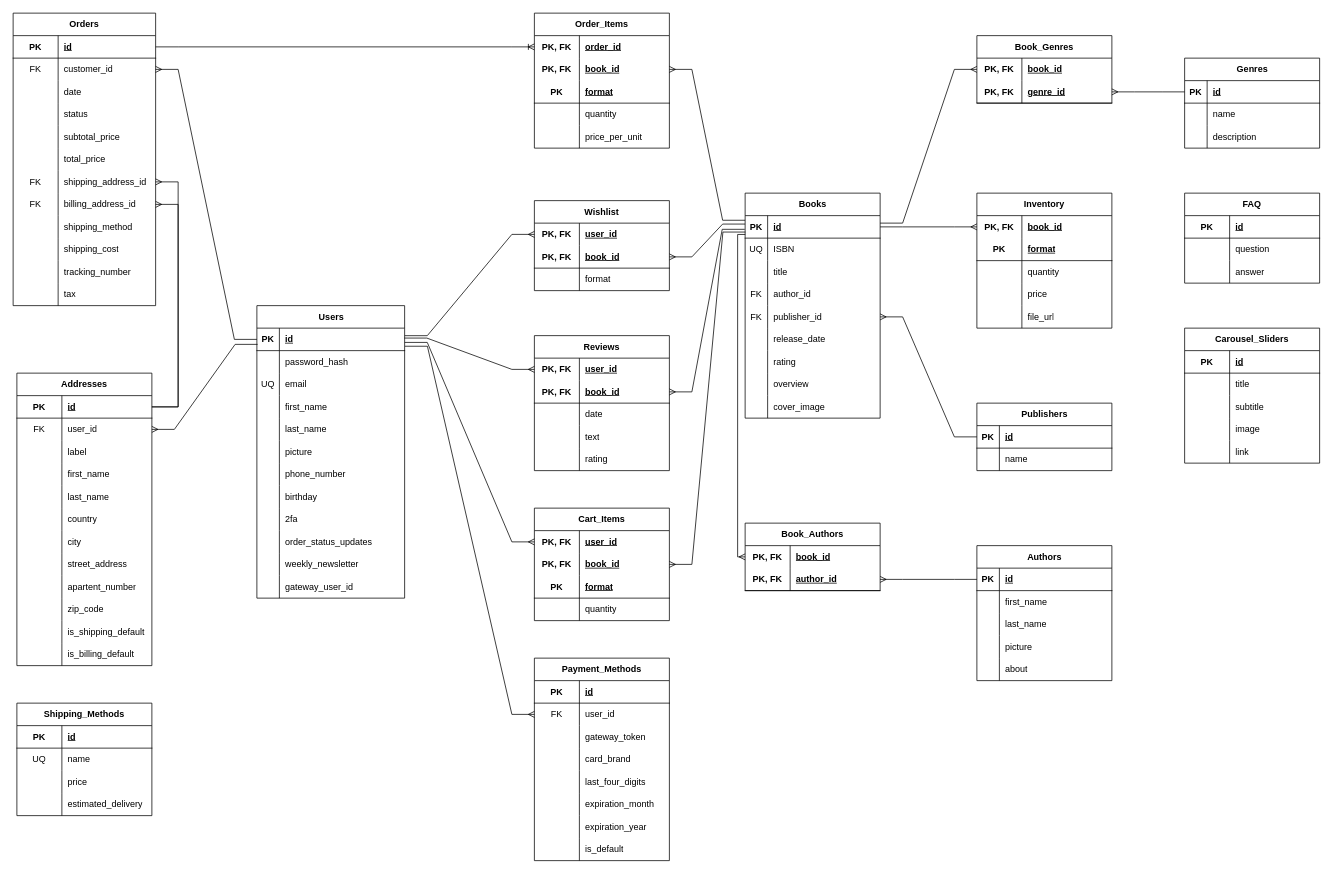
The draw.io diagram ERD.drawio in ShayTam/Bookstore, before the edit. Source tidied: cells renumbered, new cells numbered last; positions are measured from the earlier drawing's top-left corner, leaving out a move shared by most shapes. Both pictures are drawn from the tidied source at 75%, with x=0, y=0 at pixel (13, 13).
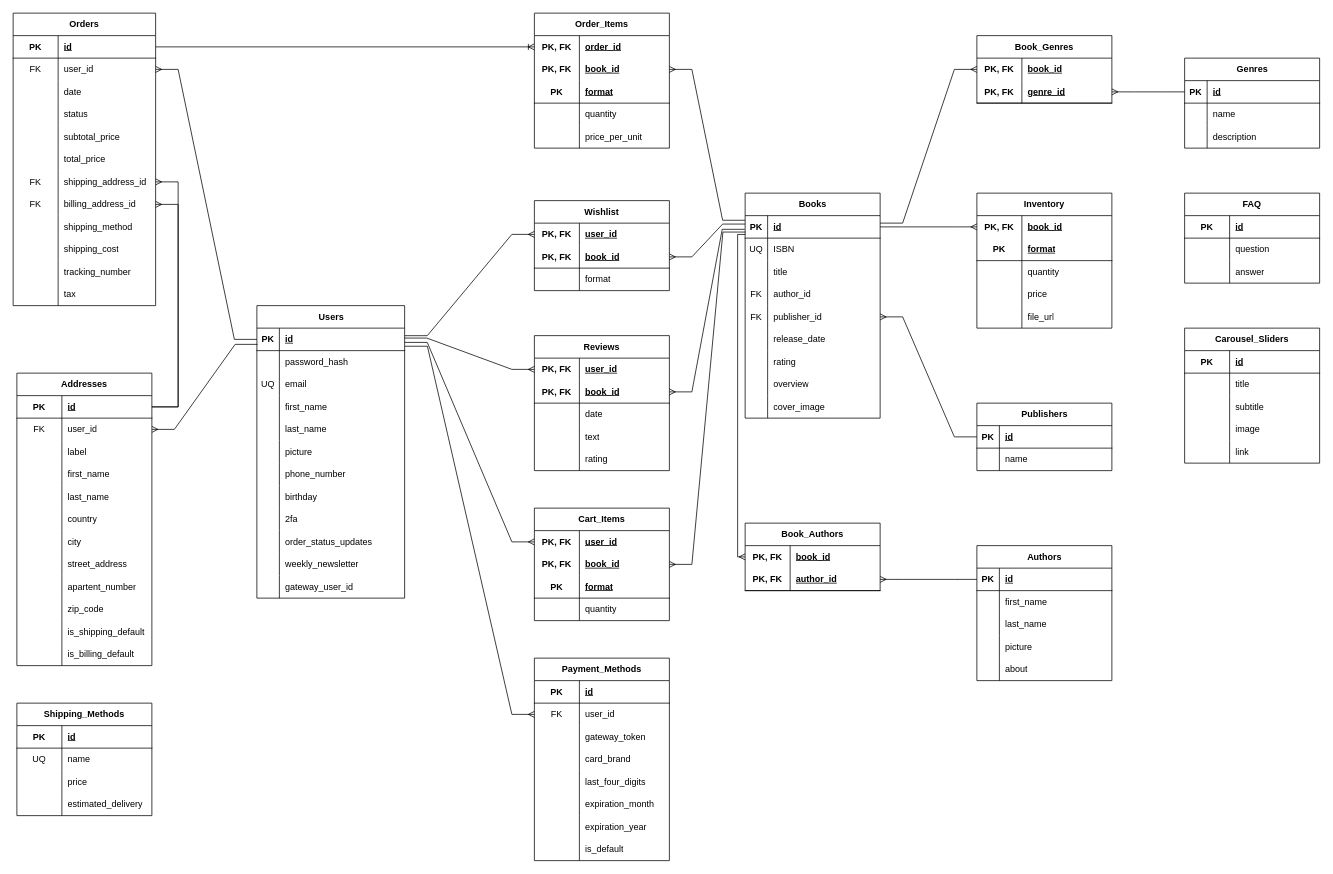
The same diagram, later.

Commit message:
updated user_id field name

The change refers to these unchanged cells:
```xml
<mxCell id="126" style="shape=tableRow;horizontal=0;startSize=0;swimlaneHead=0;swimlaneBody=0;fillColor=none;points=[[0,0.5],[1,0.5]];portConstraint=eastwest;top=0;left=0;right=0;bottom=0;html=1;" parent="122" vertex="1">
  <mxGeometry y="60" width="190" height="30" as="geometry" />
</mxCell>
```

The edit, as a diff of the source:
```diff
@@
-    <mxCell id="128" value="customer_id" style="shape=partialRectangle;fillColor=none;top=0;left=0;bottom=0;right=0;align=left;spacingLeft=6;overflow=hidden;html=1;whiteSpace=wrap;" parent="126" vertex="1">
+    <mxCell id="128" value="user_id" style="shape=partialRectangle;fillColor=none;top=0;left=0;bottom=0;right=0;align=left;spacingLeft=6;overflow=hidden;html=1;whiteSpace=wrap;" parent="126" vertex="1">
       <mxGeometry x="60" width="130" height="30" as="geometry" />
     </mxCell>
```
